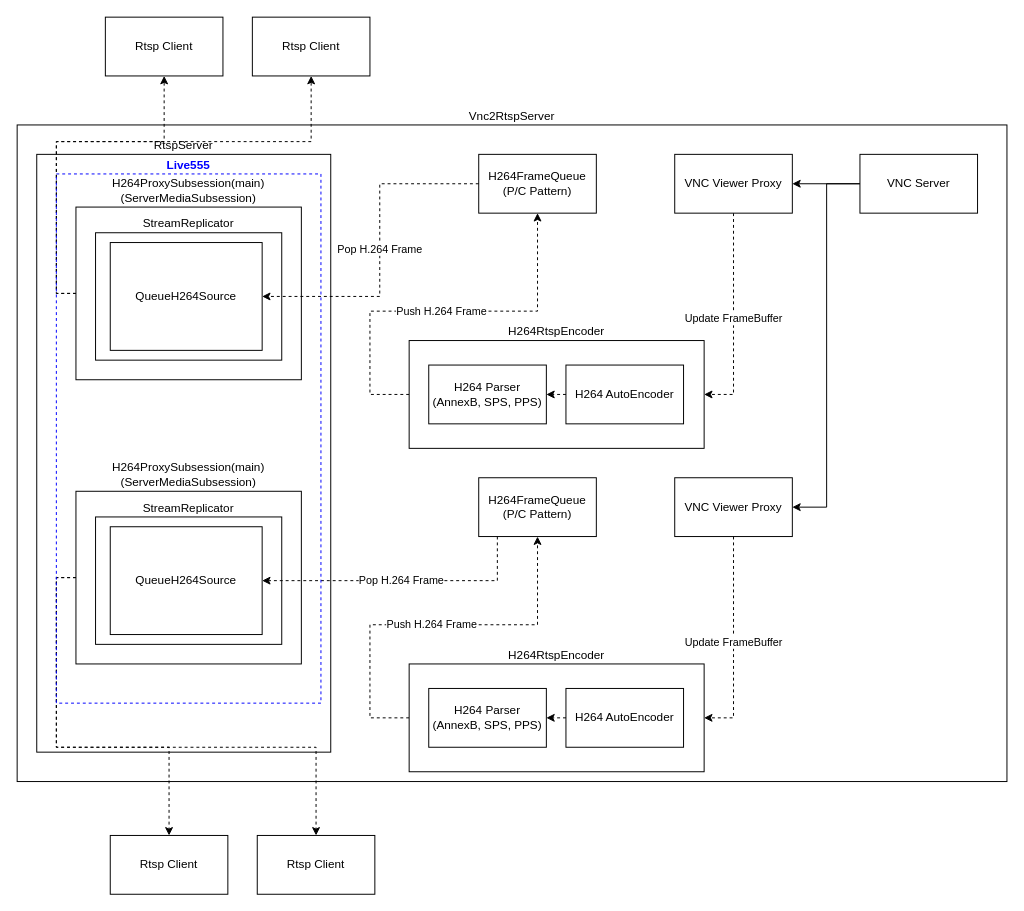
Above: UML/mirero/SwRcs/vnc_rtsp.drawio in rhkdguskim/Study (draw.io), before the change. Source tidied: cells renumbered, new cells numbered last; positions are measured from the earlier drawing's top-left corner, leaving out a move shared by most shapes. Both pictures are drawn from the tidied source at 98%, with x=0, y=0 at pixel (17, 17).
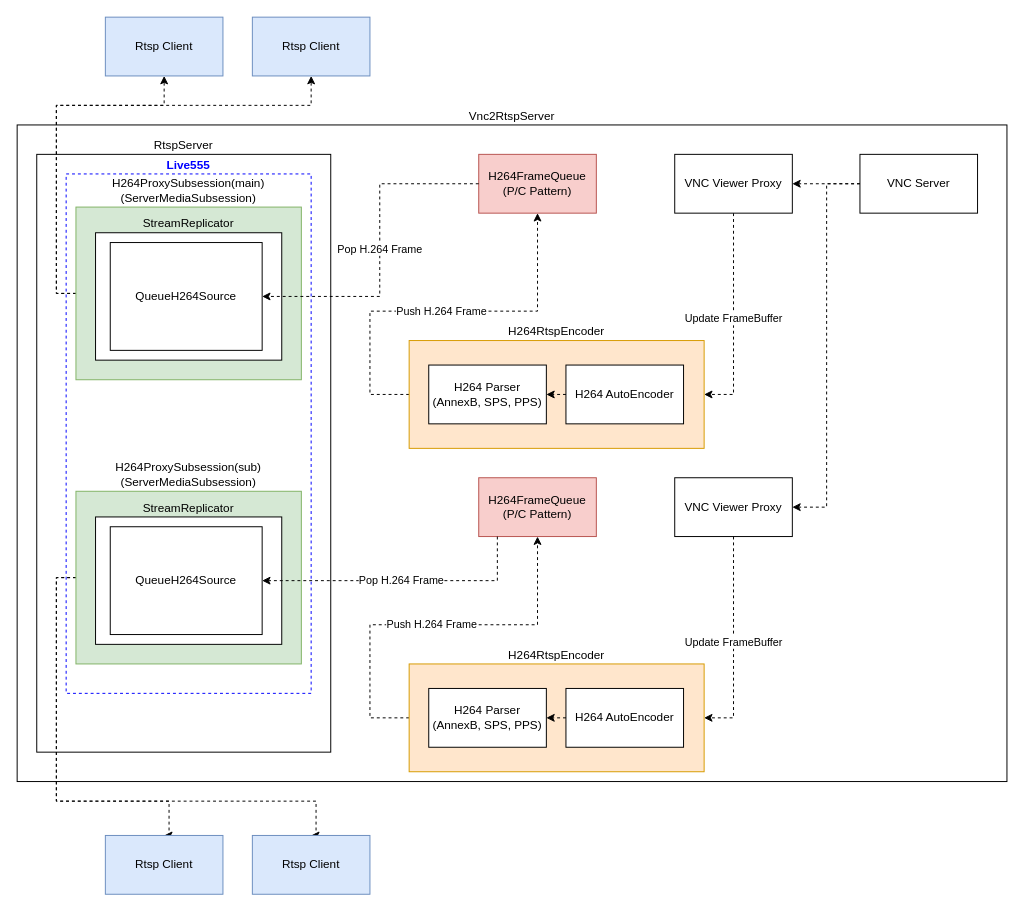
After the change.

Unchanged cells that the change refers to:
```xml
<mxCell id="7" value="VNC Server" style="rounded=0;whiteSpace=wrap;html=1;" parent="1" vertex="1">
  <mxGeometry x="860" y="140" width="120" height="60" as="geometry" />
</mxCell>
<mxCell id="9" value="VNC Viewer Proxy" style="rounded=0;whiteSpace=wrap;html=1;" parent="1" vertex="1">
  <mxGeometry x="671" y="140" width="120" height="60" as="geometry" />
</mxCell>
<mxCell id="23" value="VNC Viewer Proxy" style="rounded=0;whiteSpace=wrap;html=1;" parent="1" vertex="1">
  <mxGeometry x="671" y="470" width="120" height="60" as="geometry" />
</mxCell>
```

What changed in the source:
```diff
@@
-    <mxCell id="4" value="H264FrameQueue&lt;br&gt;(P/C Pattern)" style="rounded=0;whiteSpace=wrap;html=1;" parent="1" vertex="1">
+    <mxCell id="4" value="H264FrameQueue&lt;br&gt;(P/C Pattern)" style="rounded=0;whiteSpace=wrap;html=1;fillColor=#f8cecc;strokeColor=#b85450;" parent="1" vertex="1">
       <mxGeometry x="471" y="140" width="120" height="60" as="geometry" />
     </mxCell>
-    <mxCell id="5" style="edgeStyle=orthogonalEdgeStyle;rounded=0;jettySize=auto;html=1;entryX=1;entryY=0.5;entryDx=0;entryDy=0;" parent="1" edge="1" source="7" target="9">
+    <mxCell id="5" style="edgeStyle=orthogonalEdgeStyle;rounded=0;jettySize=auto;html=1;entryX=1;entryY=0.5;entryDx=0;entryDy=0;dashed=1;" parent="1" edge="1" source="7" target="9">
       <mxGeometry relative="1" as="geometry" />
     </mxCell>
-    <mxCell id="6" style="edgeStyle=orthogonalEdgeStyle;rounded=0;jettySize=auto;html=1;entryX=1;entryY=0.5;entryDx=0;entryDy=0;" parent="1" edge="1" source="7" target="23">
+    <mxCell id="6" style="edgeStyle=orthogonalEdgeStyle;rounded=0;jettySize=auto;html=1;entryX=1;entryY=0.5;entryDx=0;entryDy=0;dashed=1;" parent="1" edge="1" source="7" target="23">
       <mxGeometry relative="1" as="geometry">
         <Array as="points">
           <mxPoint x="826" y="170" />
           <mxPoint x="826" y="500" />
         </Array>
       </mxGeometry>
     </mxCell>
@@
-    <mxCell id="11" value="H264RtspEncoder" style="rounded=0;whiteSpace=wrap;html=1;align=center;labelPosition=center;verticalLabelPosition=top;verticalAlign=bottom;" parent="1" vertex="1">
+    <mxCell id="11" value="H264RtspEncoder" style="rounded=0;whiteSpace=wrap;html=1;align=center;labelPosition=center;verticalLabelPosition=top;verticalAlign=bottom;fillColor=#ffe6cc;strokeColor=#d79b00;" parent="1" vertex="1">
       <mxGeometry x="400" y="330" width="301" height="110" as="geometry" />
     </mxCell>
@@
-    <mxCell id="15" value="Rtsp Client" style="rounded=0;whiteSpace=wrap;html=1;" parent="1" vertex="1">
+    <mxCell id="15" value="Rtsp Client" style="rounded=0;whiteSpace=wrap;html=1;fillColor=#dae8fc;strokeColor=#6c8ebf;" parent="1" vertex="1">
       <mxGeometry x="90" width="120" height="60" as="geometry" />
     </mxCell>
-    <mxCell id="16" value="Rtsp Client" style="rounded=0;whiteSpace=wrap;html=1;" parent="1" vertex="1">
+    <mxCell id="16" value="Rtsp Client" style="rounded=0;whiteSpace=wrap;html=1;fillColor=#dae8fc;strokeColor=#6c8ebf;" parent="1" vertex="1">
       <mxGeometry x="240" width="120" height="60" as="geometry" />
     </mxCell>
     <mxCell id="17" style="edgeStyle=orthogonalEdgeStyle;rounded=0;jettySize=auto;html=1;entryX=0.5;entryY=1;entryDx=0;entryDy=0;dashed=1;" parent="1" edge="1" source="19" target="15">
       <mxGeometry relative="1" as="geometry">
         <Array as="points">
           <mxPoint x="40" y="282" />
-          <mxPoint x="40" y="127" />
-          <mxPoint x="150" y="127" />
+          <mxPoint x="40" y="90" />
+          <mxPoint x="150" y="90" />
         </Array>
       </mxGeometry>
     </mxCell>
     <mxCell id="18" style="edgeStyle=orthogonalEdgeStyle;rounded=0;jettySize=auto;html=1;entryX=0.5;entryY=1;entryDx=0;entryDy=0;dashed=1;" parent="1" edge="1" source="19" target="16">
       <mxGeometry relative="1" as="geometry">
         <Array as="points">
           <mxPoint x="40" y="282" />
-          <mxPoint x="40" y="127" />
-          <mxPoint x="300" y="127" />
+          <mxPoint x="40" y="90" />
+          <mxPoint x="300" y="90" />
         </Array>
       </mxGeometry>
     </mxCell>
-    <mxCell id="19" value="H264ProxySubsession(main)&lt;br&gt;(ServerMediaSubsession)" style="rounded=0;whiteSpace=wrap;html=1;labelPosition=center;verticalLabelPosition=top;align=center;verticalAlign=bottom;" parent="1" vertex="1">
+    <mxCell id="19" value="H264ProxySubsession(main)&lt;br&gt;(ServerMediaSubsession)" style="rounded=0;whiteSpace=wrap;html=1;labelPosition=center;verticalLabelPosition=top;align=center;verticalAlign=bottom;fillColor=#d5e8d4;strokeColor=#82b366;" parent="1" vertex="1">
       <mxGeometry x="60" y="193.8" width="230" height="176.2" as="geometry" />
     </mxCell>
@@
-    <mxCell id="21" value="H264FrameQueue&lt;br&gt;(P/C Pattern)" style="rounded=0;whiteSpace=wrap;html=1;" parent="1" vertex="1">
+    <mxCell id="21" value="H264FrameQueue&lt;br&gt;(P/C Pattern)" style="rounded=0;whiteSpace=wrap;html=1;fillColor=#f8cecc;strokeColor=#b85450;" parent="1" vertex="1">
       <mxGeometry x="471" y="470" width="120" height="60" as="geometry" />
     </mxCell>
@@
-    <mxCell id="25" value="H264RtspEncoder" style="rounded=0;whiteSpace=wrap;html=1;align=center;labelPosition=center;verticalLabelPosition=top;verticalAlign=bottom;" parent="1" vertex="1">
+    <mxCell id="25" value="H264RtspEncoder" style="rounded=0;whiteSpace=wrap;html=1;align=center;labelPosition=center;verticalLabelPosition=top;verticalAlign=bottom;fillColor=#ffe6cc;strokeColor=#d79b00;" parent="1" vertex="1">
       <mxGeometry x="400" y="660" width="301" height="110" as="geometry" />
     </mxCell>
@@
     <mxCell id="31" style="edgeStyle=orthogonalEdgeStyle;rounded=0;jettySize=auto;html=1;entryX=0.5;entryY=0;entryDx=0;entryDy=0;dashed=1;" parent="1" edge="1" source="33" target="36">
       <mxGeometry relative="1" as="geometry">
         <Array as="points">
           <mxPoint x="40" y="572" />
-          <mxPoint x="40" y="745" />
-          <mxPoint x="155" y="745" />
+          <mxPoint x="40" y="800" />
+          <mxPoint x="155" y="800" />
         </Array>
       </mxGeometry>
     </mxCell>
     <mxCell id="32" style="edgeStyle=orthogonalEdgeStyle;rounded=0;jettySize=auto;html=1;entryX=0.5;entryY=0;entryDx=0;entryDy=0;dashed=1;" parent="1" edge="1" source="33" target="37">
       <mxGeometry relative="1" as="geometry">
         <Array as="points">
           <mxPoint x="40" y="572" />
-          <mxPoint x="40" y="745" />
-          <mxPoint x="305" y="745" />
+          <mxPoint x="40" y="800" />
+          <mxPoint x="305" y="800" />
         </Array>
       </mxGeometry>
     </mxCell>
-    <mxCell id="33" value="H264ProxySubsession(main)&lt;br&gt;(ServerMediaSubsession)" style="rounded=0;whiteSpace=wrap;html=1;labelPosition=center;verticalLabelPosition=top;align=center;verticalAlign=bottom;" parent="1" vertex="1">
+    <mxCell id="33" value="H264ProxySubsession(sub)&lt;br&gt;(ServerMediaSubsession)" style="rounded=0;whiteSpace=wrap;html=1;labelPosition=center;verticalLabelPosition=top;align=center;verticalAlign=bottom;fillColor=#d5e8d4;strokeColor=#82b366;" parent="1" vertex="1">
       <mxGeometry x="60" y="483.8" width="230" height="176.2" as="geometry" />
     </mxCell>
@@
-    <mxCell id="36" value="Rtsp Client" style="rounded=0;whiteSpace=wrap;html=1;" parent="1" vertex="1">
-      <mxGeometry x="95" y="835" width="120" height="60" as="geometry" />
+    <mxCell id="36" value="Rtsp Client" style="rounded=0;whiteSpace=wrap;html=1;fillColor=#dae8fc;strokeColor=#6c8ebf;" parent="1" vertex="1">
+      <mxGeometry x="90" y="835" width="120" height="60" as="geometry" />
     </mxCell>
-    <mxCell id="37" value="Rtsp Client" style="rounded=0;whiteSpace=wrap;html=1;" parent="1" vertex="1">
-      <mxGeometry x="245" y="835" width="120" height="60" as="geometry" />
+    <mxCell id="37" value="Rtsp Client" style="rounded=0;whiteSpace=wrap;html=1;fillColor=#dae8fc;strokeColor=#6c8ebf;" parent="1" vertex="1">
+      <mxGeometry x="240" y="835" width="120" height="60" as="geometry" />
     </mxCell>
@@
     <mxCell id="39" value="&lt;b&gt;&lt;font style=&quot;color: rgb(0, 0, 255);&quot;&gt;Live555&lt;/font&gt;&lt;/b&gt;" style="rounded=0;whiteSpace=wrap;html=1;fillColor=none;dashed=1;strokeColor=#0000FF;labelPosition=center;verticalLabelPosition=top;align=center;verticalAlign=bottom;" parent="1" vertex="1">
-      <mxGeometry x="40" y="160" width="270" height="540" as="geometry" />
+      <mxGeometry x="50" y="160" width="250" height="530" as="geometry" />
     </mxCell>
```
